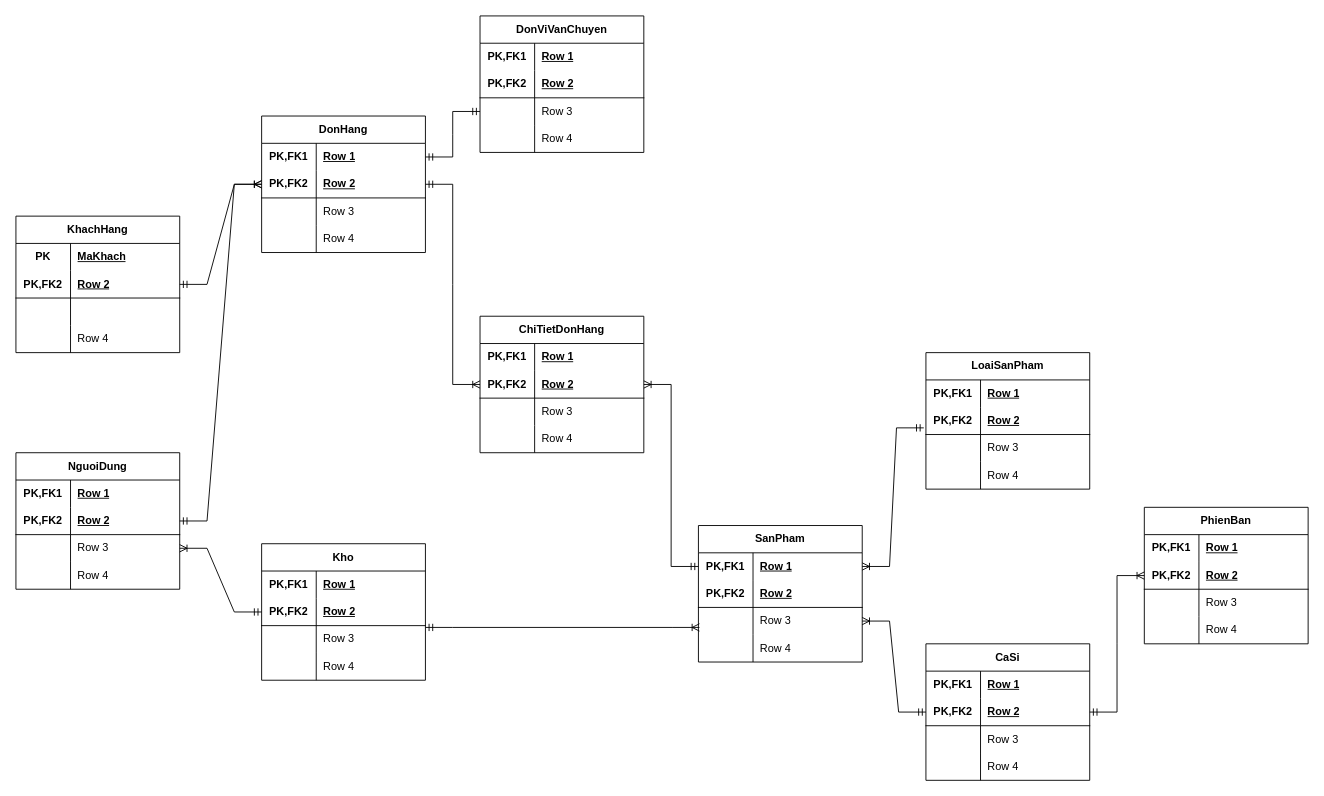
Before: Biểu đồ không có tiêu đề.drawio in luhoangve24/Diagram, a draw.io diagram. Source tidied: cells renumbered, new cells numbered last; positions are measured from the earlier drawing's top-left corner, leaving out a move shared by most shapes. Both pictures are drawn from the tidied source at 91%, with x=0, y=0 at pixel (15, 15).
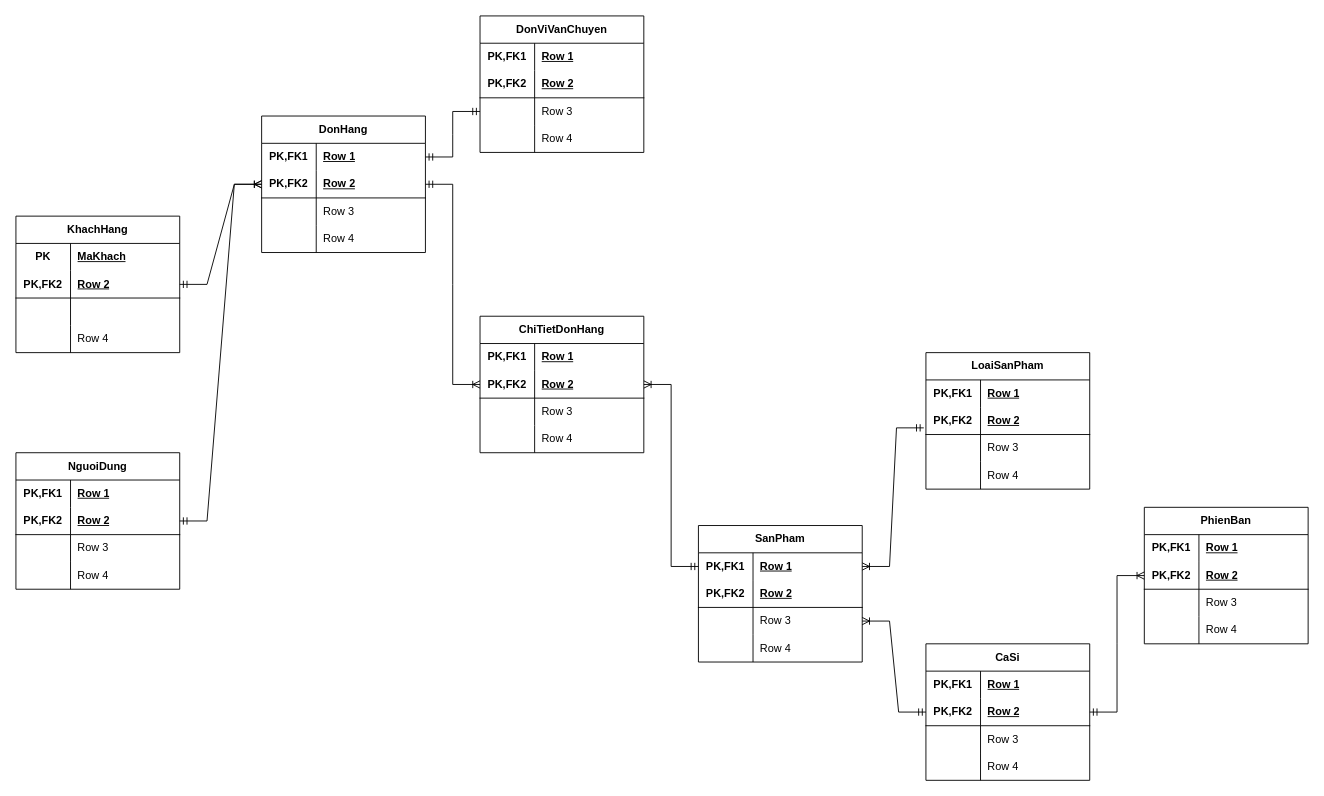
The same page after the edit.

Commit message:
Cập nhật Biểu đồ không có tiêu đề.drawio

The change refers to these unchanged cells:
```xml
<mxCell id="22" style="shape=tableRow;horizontal=0;startSize=0;swimlaneHead=0;swimlaneBody=0;fillColor=none;points=[[0,0.5],[1,0.5]];portConstraint=eastwest;top=0;left=0;right=0;bottom=0;html=1;" parent="15" vertex="1">
  <mxGeometry y="90" width="180" height="30" as="geometry" />
</mxCell>
<mxCell id="48" style="shape=tableRow;horizontal=0;startSize=0;swimlaneHead=0;swimlaneBody=0;fillColor=none;points=[[0,0.5],[1,0.5]];portConstraint=eastwest;top=0;left=0;right=0;bottom=0;html=1;" parent="41" vertex="1">
  <mxGeometry y="90" width="180" height="30" as="geometry" />
</mxCell>
```

The edit, as a diff of the source:
```diff
@@
-    <mxCell id="54" value="Kho" style="shape=table;startSize=30;childLayout=tableLayout;rowLines=0;fontStyle=1;align=center;html=1;whiteSpace=wrap;" parent="1" vertex="1">
-      <mxGeometry x="270" y="580" width="180" height="150" as="geometry" />
-    </mxCell>
-    <mxCell id="55" style="shape=tableRow;horizontal=0;startSize=0;swimlaneHead=0;swimlaneBody=0;fillColor=none;top=0;left=0;right=0;bottom=0;html=1;" parent="54" vertex="1">
-      <mxGeometry y="30" width="180" height="30" as="geometry" />
-    </mxCell>
-    <mxCell id="56" value="PK,FK1" style="shape=partialRectangle;fillColor=none;top=0;left=0;bottom=0;right=0;fontStyle=1;overflow=hidden;html=1;whiteSpace=wrap;" parent="55" vertex="1">
-      <mxGeometry width="60" height="30" as="geometry" />
-    </mxCell>
-    <mxCell id="57" value="Row 1" style="shape=partialRectangle;fillColor=none;top=0;left=0;bottom=0;right=0;align=left;spacingLeft=6;fontStyle=5;overflow=hidden;html=1;whiteSpace=wrap;" parent="55" vertex="1">
-      <mxGeometry x="60" width="120" height="30" as="geometry" />
-    </mxCell>
-    <mxCell id="58" style="shape=tableRow;horizontal=0;startSize=0;swimlaneHead=0;swimlaneBody=0;fillColor=none;points=[[0,0.5],[1,0.5]];portConstraint=eastwest;top=0;left=0;right=0;bottom=1;html=1;" parent="54" vertex="1">
-      <mxGeometry y="60" width="180" height="30" as="geometry" />
-    </mxCell>
-    <mxCell id="59" value="PK,FK2" style="shape=partialRectangle;fillColor=none;top=0;left=0;bottom=0;right=0;fontStyle=1;overflow=hidden;html=1;whiteSpace=wrap;" parent="58" vertex="1">
-      <mxGeometry width="60" height="30" as="geometry" />
-    </mxCell>
-    <mxCell id="60" value="Row 2" style="shape=partialRectangle;fillColor=none;top=0;left=0;bottom=0;right=0;align=left;spacingLeft=6;fontStyle=5;overflow=hidden;html=1;whiteSpace=wrap;" parent="58" vertex="1">
-      <mxGeometry x="60" width="120" height="30" as="geometry" />
-    </mxCell>
-    <mxCell id="61" style="shape=tableRow;horizontal=0;startSize=0;swimlaneHead=0;swimlaneBody=0;fillColor=none;points=[[0,0.5],[1,0.5]];portConstraint=eastwest;top=0;left=0;right=0;bottom=0;html=1;" parent="54" vertex="1">
-      <mxGeometry y="90" width="180" height="30" as="geometry" />
-    </mxCell>
-    <mxCell id="62" style="shape=partialRectangle;fillColor=none;top=0;left=0;bottom=0;right=0;overflow=hidden;html=1;whiteSpace=wrap;" parent="61" vertex="1">
-      <mxGeometry width="60" height="30" as="geometry" />
-    </mxCell>
-    <mxCell id="63" value="Row 3" style="shape=partialRectangle;fillColor=none;top=0;left=0;bottom=0;right=0;align=left;spacingLeft=6;overflow=hidden;html=1;whiteSpace=wrap;" parent="61" vertex="1">
-      <mxGeometry x="60" width="120" height="30" as="geometry" />
-    </mxCell>
-    <mxCell id="64" style="shape=tableRow;horizontal=0;startSize=0;swimlaneHead=0;swimlaneBody=0;fillColor=none;top=0;left=0;right=0;bottom=0;html=1;" parent="54" vertex="1">
-      <mxGeometry y="120" width="180" height="30" as="geometry" />
-    </mxCell>
-    <mxCell id="65" style="shape=partialRectangle;fillColor=none;top=0;left=0;bottom=0;right=0;overflow=hidden;html=1;whiteSpace=wrap;" parent="64" vertex="1">
-      <mxGeometry width="60" height="30" as="geometry" />
-    </mxCell>
-    <mxCell id="66" value="Row 4" style="shape=partialRectangle;fillColor=none;top=0;left=0;bottom=0;right=0;align=left;spacingLeft=6;overflow=hidden;html=1;whiteSpace=wrap;" parent="64" vertex="1">
-      <mxGeometry x="60" width="120" height="30" as="geometry" />
-    </mxCell>
@@
-    <mxCell id="124" style="edgeStyle=entityRelationEdgeStyle;fontSize=12;html=1;endArrow=ERoneToMany;startArrow=ERmandOne;rounded=0;entryX=0.006;entryY=0.733;entryDx=0;entryDy=0;entryPerimeter=0;exitX=1;exitY=0.066;exitDx=0;exitDy=0;exitPerimeter=0;" parent="1" edge="1" source="61" target="22">
-      <mxGeometry relative="1" as="geometry" />
-    </mxCell>
@@
-    <mxCell id="127" style="edgeStyle=entityRelationEdgeStyle;fontSize=12;html=1;endArrow=ERoneToMany;startArrow=ERmandOne;rounded=0;entryX=1;entryY=0.5;entryDx=0;entryDy=0;exitX=0;exitY=0.5;exitDx=0;exitDy=0;" parent="1" edge="1" source="58" target="48">
-      <mxGeometry relative="1" as="geometry" />
-    </mxCell>
```
